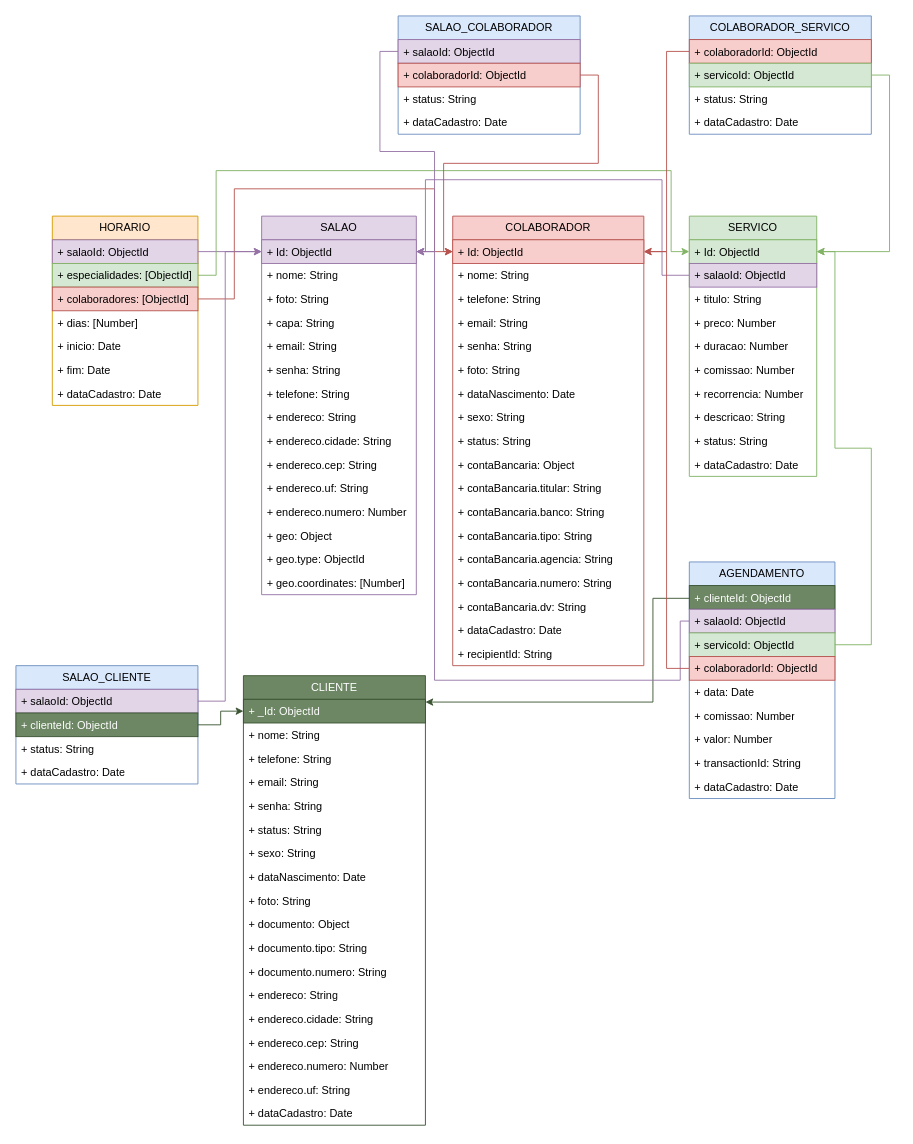
This is CORTE ARTE.drawio from yleosamp/yleosamp, a draw.io file, before an edit. Source tidied: cells renumbered, new cells numbered last; positions are measured from the earlier drawing's top-left corner, leaving out a move shared by most shapes. Both pictures are drawn from the tidied source at 91%, with x=0, y=0 at pixel (15, 15).
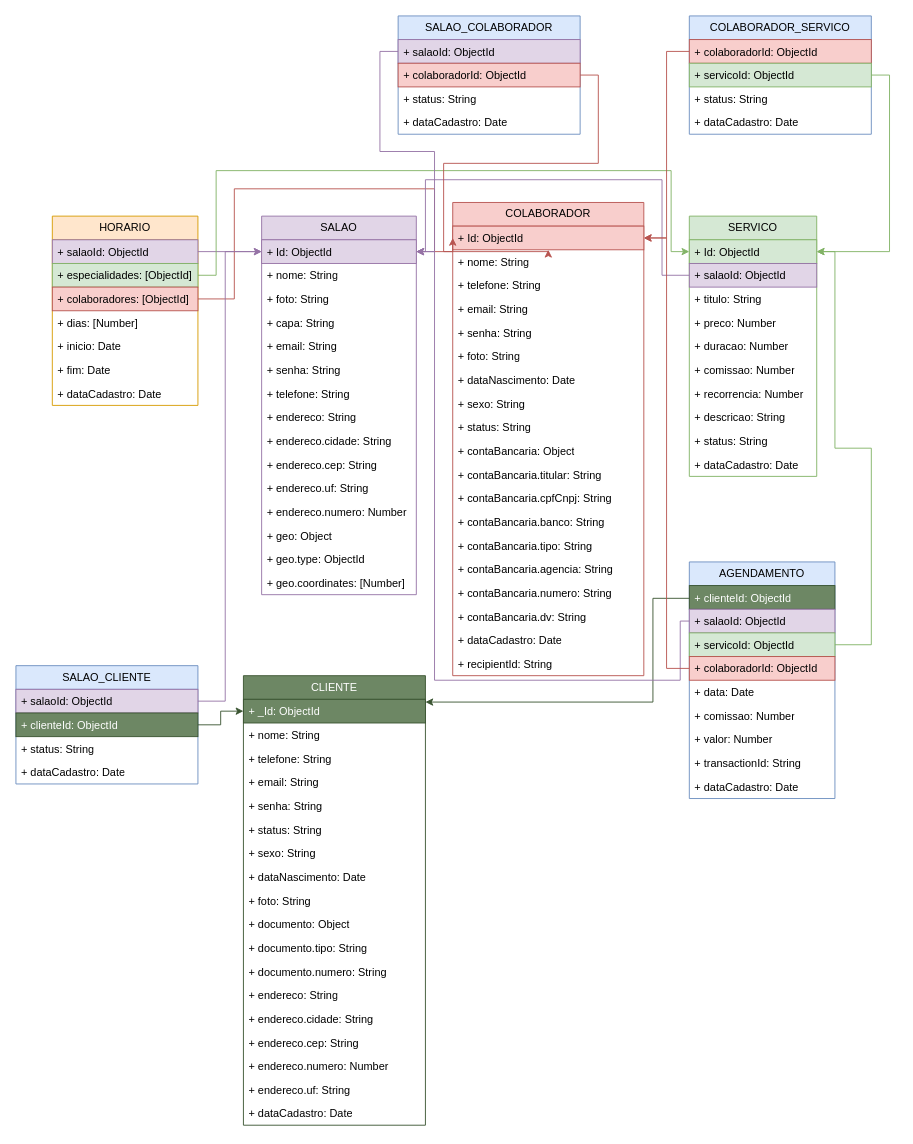
Above is the later version.

The edit, as a diff of the source:
```diff
@@
     <mxCell id="18" value="COLABORADOR" style="swimlane;fontStyle=0;horizontal=1;startSize=26;fillColor=#f8cecc;whiteSpace=wrap;html=1;strokeColor=#b85450;" parent="1" vertex="1">
-      <mxGeometry x="480" y="220" width="210" height="494" as="geometry" />
+      <mxGeometry x="480" y="205" width="210" height="520" as="geometry" />
     </mxCell>
@@
+    <mxCell id="114" value="+ contaBancaria.cpfCnpj: String" style="text;strokeColor=none;fillColor=none;align=left;verticalAlign=top;spacingLeft=4;spacingRight=4;overflow=hidden;whiteSpace=wrap;html=1;" parent="18" vertex="1">
+      <mxGeometry y="312" width="210" height="26" as="geometry" />
+    </mxCell>
     <mxCell id="30" value="+ contaBancaria.banco: String" style="text;strokeColor=none;fillColor=none;align=left;verticalAlign=top;spacingLeft=4;spacingRight=4;overflow=hidden;whiteSpace=wrap;html=1;" parent="18" vertex="1">
-      <mxGeometry y="312" width="210" height="26" as="geometry" />
+      <mxGeometry y="338" width="210" height="26" as="geometry" />
     </mxCell>
     <mxCell id="31" value="+ contaBancaria.tipo: String" style="text;strokeColor=none;fillColor=none;align=left;verticalAlign=top;spacingLeft=4;spacingRight=4;overflow=hidden;whiteSpace=wrap;html=1;" parent="18" vertex="1">
-      <mxGeometry y="338" width="210" height="26" as="geometry" />
+      <mxGeometry y="364" width="210" height="26" as="geometry" />
     </mxCell>
     <mxCell id="32" value="+ contaBancaria.agencia: String" style="text;strokeColor=none;fillColor=none;align=left;verticalAlign=top;spacingLeft=4;spacingRight=4;overflow=hidden;whiteSpace=wrap;html=1;" parent="18" vertex="1">
-      <mxGeometry y="364" width="210" height="26" as="geometry" />
+      <mxGeometry y="390" width="210" height="26" as="geometry" />
     </mxCell>
     <mxCell id="33" value="+ contaBancaria.numero: String" style="text;strokeColor=none;fillColor=none;align=left;verticalAlign=top;spacingLeft=4;spacingRight=4;overflow=hidden;whiteSpace=wrap;html=1;" parent="18" vertex="1">
-      <mxGeometry y="390" width="210" height="26" as="geometry" />
+      <mxGeometry y="416" width="210" height="26" as="geometry" />
     </mxCell>
     <mxCell id="34" value="+ contaBancaria.dv: String" style="text;strokeColor=none;fillColor=none;align=left;verticalAlign=top;spacingLeft=4;spacingRight=4;overflow=hidden;whiteSpace=wrap;html=1;" parent="18" vertex="1">
-      <mxGeometry y="416" width="210" height="26" as="geometry" />
+      <mxGeometry y="442" width="210" height="26" as="geometry" />
     </mxCell>
     <mxCell id="35" value="+ dataCadastro: Date" style="text;strokeColor=none;fillColor=none;align=left;verticalAlign=top;spacingLeft=4;spacingRight=4;overflow=hidden;whiteSpace=wrap;html=1;" parent="18" vertex="1">
-      <mxGeometry y="442" width="210" height="26" as="geometry" />
+      <mxGeometry y="468" width="210" height="26" as="geometry" />
     </mxCell>
     <mxCell id="36" value="+ recipientId: String" style="text;strokeColor=none;fillColor=none;align=left;verticalAlign=top;spacingLeft=4;spacingRight=4;overflow=hidden;whiteSpace=wrap;html=1;" parent="18" vertex="1">
-      <mxGeometry y="468" width="210" height="26" as="geometry" />
+      <mxGeometry y="494" width="210" height="26" as="geometry" />
     </mxCell>
```
